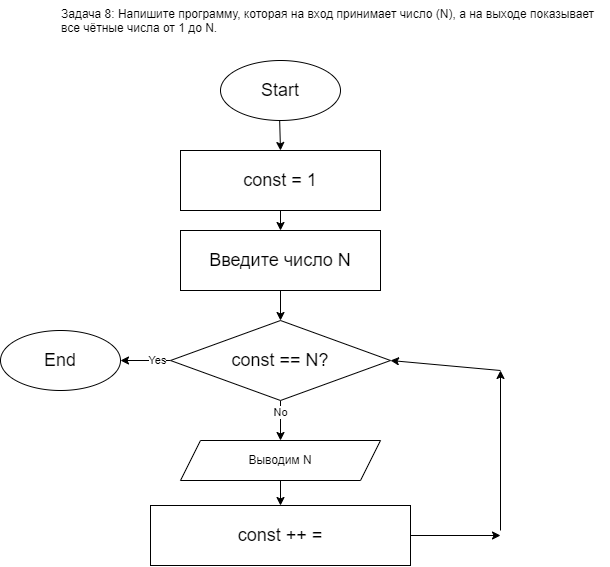
This is HomeWork01/Ex04/Ex04.drawio.png from NeoAdd/TestRepo13072022, a draw.io export, as it was before one commit. Source tidied: cells renumbered, new cells last; positions are measured from the earlier drawing's top-left corner, leaving out a move shared by most shapes. Its diagram source:
```xml
<mxGraphModel>
  <root>
    <mxCell id="0" />
    <mxCell id="1" parent="0" />
    <mxCell id="2" value="Задача 8: Напишите программу, которая на вход принимает число (N), а на выходе показывает все чётные числа от 1 до N." style="text;whiteSpace=wrap;html=1;" parent="1" vertex="1">
      <mxGeometry x="59" width="550" height="40" as="geometry" />
    </mxCell>
    <mxCell id="3" style="edgeStyle=none;html=1;" parent="1" edge="1" source="4" target="6">
      <mxGeometry relative="1" as="geometry" />
    </mxCell>
    <mxCell id="4" value="Start" style="ellipse;whiteSpace=wrap;html=1;fontSize=18;" parent="1" vertex="1">
      <mxGeometry x="220" y="60" width="120" height="60" as="geometry" />
    </mxCell>
    <mxCell id="5" style="edgeStyle=none;html=1;" parent="1" edge="1" source="6" target="8">
      <mxGeometry relative="1" as="geometry" />
    </mxCell>
    <mxCell id="6" value="const = 1" style="whiteSpace=wrap;html=1;fontSize=18;" parent="1" vertex="1">
      <mxGeometry x="180" y="150" width="200" height="60" as="geometry" />
    </mxCell>
    <mxCell id="7" style="edgeStyle=none;html=1;" parent="1" edge="1" source="8" target="13">
      <mxGeometry relative="1" as="geometry" />
    </mxCell>
    <mxCell id="8" value="Введите число N" style="whiteSpace=wrap;html=1;fontSize=18;" parent="1" vertex="1">
      <mxGeometry x="180" y="230" width="200" height="60" as="geometry" />
    </mxCell>
    <mxCell id="9" style="edgeStyle=none;html=1;" parent="1" edge="1" source="13" target="14">
      <mxGeometry relative="1" as="geometry" />
    </mxCell>
    <mxCell id="10" value="Yes" style="edgeLabel;html=1;align=center;verticalAlign=middle;" parent="9" vertex="1">
      <mxGeometry x="-0.47" relative="1" as="geometry" />
    </mxCell>
    <mxCell id="11" style="edgeStyle=none;html=1;" parent="1" edge="1" source="13">
      <mxGeometry relative="1" as="geometry">
        <mxPoint x="280" y="440" as="targetPoint" />
      </mxGeometry>
    </mxCell>
    <mxCell id="12" value="No" style="edgeLabel;html=1;align=center;verticalAlign=middle;" parent="11" vertex="1">
      <mxGeometry x="-0.41" relative="1" as="geometry" />
    </mxCell>
    <mxCell id="13" value="const == N?" style="rhombus;whiteSpace=wrap;html=1;fontSize=18;" parent="1" vertex="1">
      <mxGeometry x="170" y="320" width="220" height="80" as="geometry" />
    </mxCell>
    <mxCell id="14" value="End" style="ellipse;whiteSpace=wrap;html=1;fontSize=18;" parent="1" vertex="1">
      <mxGeometry y="330" width="120" height="60" as="geometry" />
    </mxCell>
    <mxCell id="15" style="edgeStyle=none;html=1;" parent="1" edge="1" source="16">
      <mxGeometry relative="1" as="geometry">
        <mxPoint x="500" y="535" as="targetPoint" />
      </mxGeometry>
    </mxCell>
    <mxCell id="16" value="const ++ =" style="whiteSpace=wrap;html=1;fontSize=18;" parent="1" vertex="1">
      <mxGeometry x="150" y="505" width="260" height="60" as="geometry" />
    </mxCell>
    <mxCell id="17" style="edgeStyle=none;html=1;" parent="1" edge="1" source="18" target="16">
      <mxGeometry relative="1" as="geometry" />
    </mxCell>
    <mxCell id="18" value="Выводим N" style="shape=parallelogram;perimeter=parallelogramPerimeter;whiteSpace=wrap;html=1;fixedSize=1;" parent="1" vertex="1">
      <mxGeometry x="180" y="440" width="200" height="40" as="geometry" />
    </mxCell>
    <mxCell id="19" style="endArrow=classic;html=1;" parent="1" edge="1">
      <mxGeometry relative="1" as="geometry">
        <mxPoint x="500" y="530" as="sourcePoint" />
        <mxPoint x="500" y="370" as="targetPoint" />
      </mxGeometry>
    </mxCell>
    <mxCell id="20" style="endArrow=classic;html=1;" parent="1" edge="1">
      <mxGeometry relative="1" as="geometry">
        <mxPoint x="500" y="370" as="sourcePoint" />
        <mxPoint x="390" y="360" as="targetPoint" />
      </mxGeometry>
    </mxCell>
  </root>
</mxGraphModel>
```
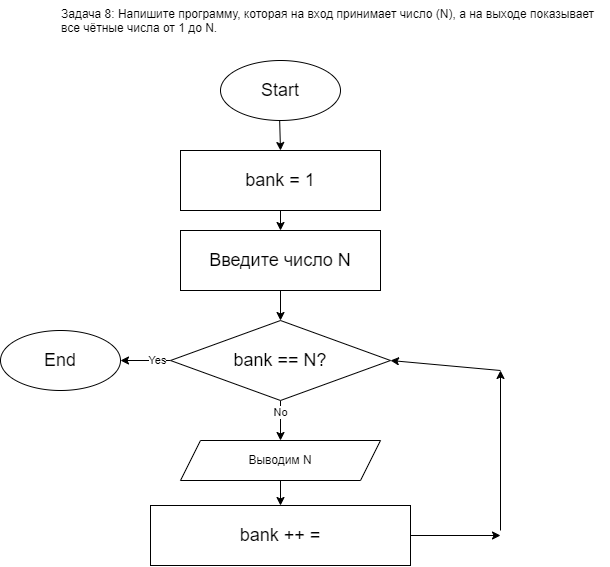
The same diagram one commit later.

Commit message:
черновик задачи 4 к семинару 1

Diff of the diagram source:
```diff
@@ -14,7 +14,7 @@
     <mxCell id="5" style="edgeStyle=none;html=1;" parent="1" edge="1" source="6" target="8">
       <mxGeometry relative="1" as="geometry" />
     </mxCell>
-    <mxCell id="6" value="const = 1" style="whiteSpace=wrap;html=1;fontSize=18;" parent="1" vertex="1">
+    <mxCell id="6" value="bank = 1" style="whiteSpace=wrap;html=1;fontSize=18;" parent="1" vertex="1">
       <mxGeometry x="180" y="150" width="200" height="60" as="geometry" />
     </mxCell>
     <mxCell id="7" style="edgeStyle=none;html=1;" parent="1" edge="1" source="8" target="13">
@@ -37,7 +37,7 @@
     <mxCell id="12" value="No" style="edgeLabel;html=1;align=center;verticalAlign=middle;" parent="11" vertex="1">
       <mxGeometry x="-0.41" relative="1" as="geometry" />
     </mxCell>
-    <mxCell id="13" value="const == N?" style="rhombus;whiteSpace=wrap;html=1;fontSize=18;" parent="1" vertex="1">
+    <mxCell id="13" value="bank == N?" style="rhombus;whiteSpace=wrap;html=1;fontSize=18;" parent="1" vertex="1">
       <mxGeometry x="170" y="320" width="220" height="80" as="geometry" />
     </mxCell>
     <mxCell id="14" value="End" style="ellipse;whiteSpace=wrap;html=1;fontSize=18;" parent="1" vertex="1">
@@ -48,7 +48,7 @@
         <mxPoint x="500" y="535" as="targetPoint" />
       </mxGeometry>
     </mxCell>
-    <mxCell id="16" value="const ++ =" style="whiteSpace=wrap;html=1;fontSize=18;" parent="1" vertex="1">
+    <mxCell id="16" value="bank ++ =" style="whiteSpace=wrap;html=1;fontSize=18;" parent="1" vertex="1">
       <mxGeometry x="150" y="505" width="260" height="60" as="geometry" />
     </mxCell>
     <mxCell id="17" style="edgeStyle=none;html=1;" parent="1" edge="1" source="18" target="16">
```
